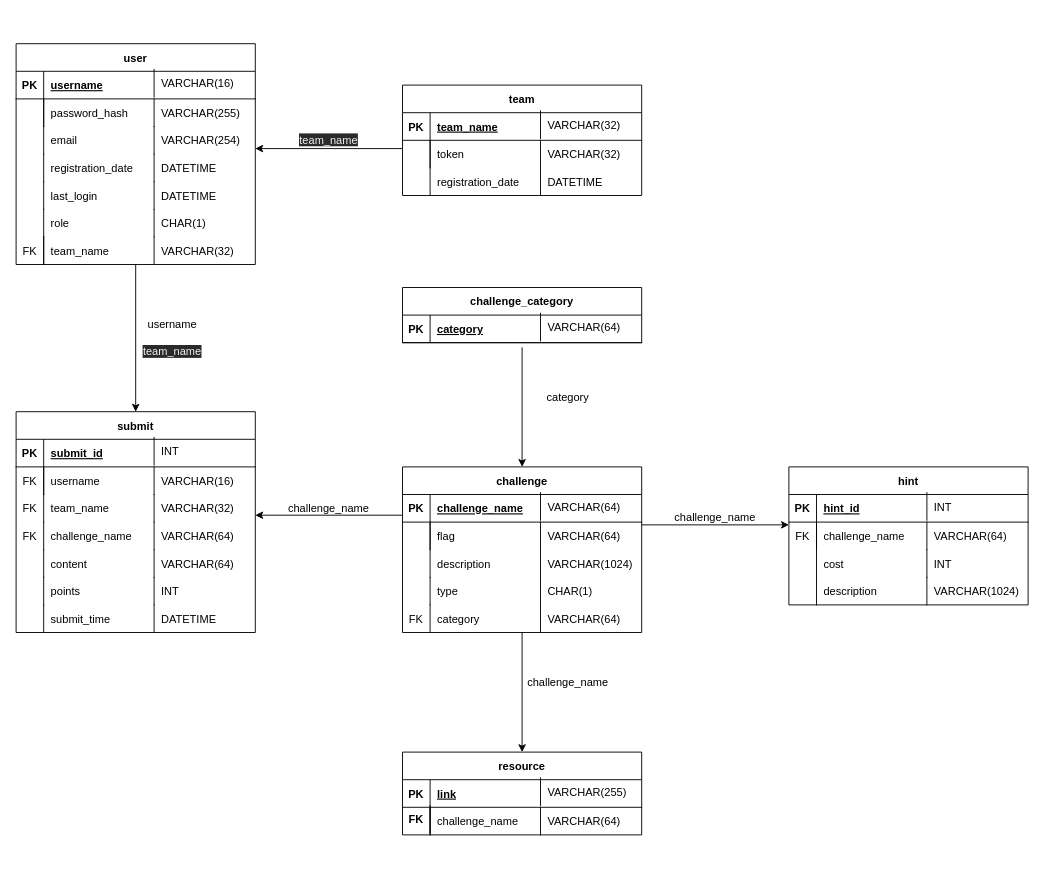
Before: db/schema_diagram.drawio in FeeeDz/H4ckUs4t1_CTF, a draw.io diagram. Source tidied: cells renumbered, new cells numbered last; positions are measured from the earlier drawing's top-left corner, leaving out a move shared by most shapes. Both pictures are drawn from the tidied source at 92%, with x=0, y=0 at pixel (16, 43).
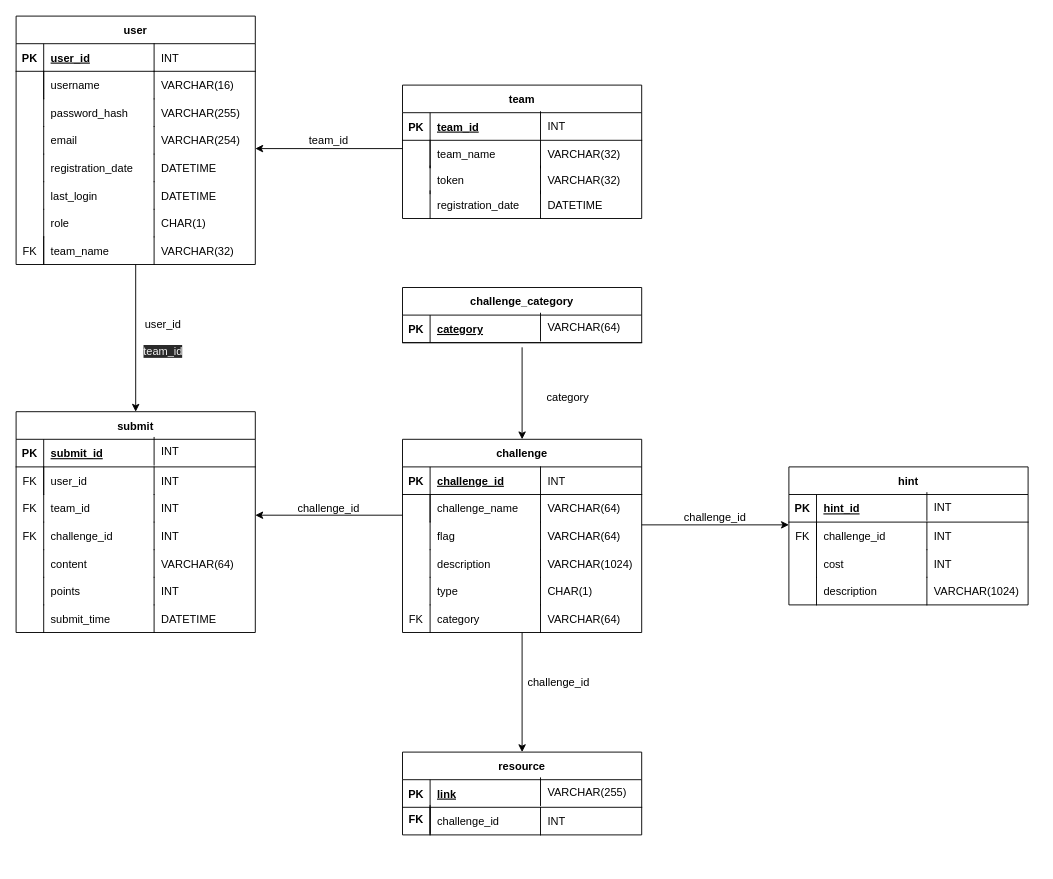
After the change.

The change refers to these unchanged cells:
```xml
<mxCell id="7" style="shape=partialRectangle;fillColor=none;top=0;left=0;right=0;bottom=0;" parent="3" vertex="1">
  <mxGeometry y="60" width="260" height="30" as="geometry" />
</mxCell>
<mxCell id="22" style="group;" parent="1" vertex="1">
  <mxGeometry y="490" width="250" height="30" as="geometry" />
</mxCell>
<mxCell id="23" style="group;" parent="22" vertex="1">
  <mxGeometry width="130" height="30" as="geometry" />
</mxCell>
<mxCell id="27" style="group;" parent="1" vertex="1">
  <mxGeometry y="520" width="250" height="30" as="geometry" />
</mxCell>
<mxCell id="33" style="shape=partialRectangle;fillColor=none;top=0;left=0;right=0;bottom=1;" parent="32" vertex="1">
  <mxGeometry y="30" width="260" height="30" as="geometry" />
</mxCell>
<mxCell id="36" style="shape=partialRectangle;fillColor=none;top=0;left=0;right=0;bottom=0;" parent="32" vertex="1">
  <mxGeometry y="60" width="260" height="30" as="geometry" />
</mxCell>
<mxCell id="67" style="shape=partialRectangle;fillColor=none;top=0;left=0;right=0;bottom=1;" parent="66" vertex="1">
  <mxGeometry y="30" width="260" height="30" as="geometry" />
</mxCell>
<mxCell id="70" style="shape=partialRectangle;fillColor=none;top=0;left=0;right=0;bottom=0;" parent="66" vertex="1">
  <mxGeometry y="60" width="260" height="30" as="geometry" />
</mxCell>
<mxCell id="78" style="group;" parent="77" vertex="1">
  <mxGeometry width="130" height="30" as="geometry" />
</mxCell>
<mxCell id="90" style="shape=partialRectangle;fillColor=none;top=0;left=0;right=0;bottom=1;" parent="89" vertex="1">
  <mxGeometry y="30" width="260" height="30" as="geometry" />
</mxCell>
<mxCell id="93" style="shape=partialRectangle;fillColor=none;top=0;left=0;right=0;bottom=0;" parent="89" vertex="1">
  <mxGeometry y="60" width="260" height="30" as="geometry" />
</mxCell>
<mxCell id="103" style="shape=partialRectangle;fillColor=none;top=0;left=0;right=0;bottom=0;" parent="99" vertex="1">
  <mxGeometry y="60" width="260" height="30" as="geometry" />
</mxCell>
<mxCell id="123" style="shape=partialRectangle;fillColor=none;top=0;left=0;right=0;bottom=0;" parent="119" vertex="1">
  <mxGeometry y="60" width="260" height="30" as="geometry" />
</mxCell>
```

What changed in the source:
```diff
@@
-    <mxCell id="9" value="username" style="shape=partialRectangle;overflow=hidden;fillColor=none;top=0;left=0;bottom=0;right=0;align=left;spacingLeft=6;" parent="7" vertex="1">
+    <mxCell id="9" value="user_id" style="shape=partialRectangle;overflow=hidden;fillColor=none;top=0;left=0;bottom=0;right=0;align=left;spacingLeft=6;" parent="7" vertex="1">
       <mxGeometry x="30" width="230" height="30" as="geometry" />
     </mxCell>
@@
-    <mxCell id="16" value="VARCHAR(16)" style="shape=partialRectangle;overflow=hidden;fillColor=none;top=0;left=1;bottom=0;right=0;align=left;spacingLeft=6;" parent="1" vertex="1">
+    <mxCell id="16" value="INT" style="shape=partialRectangle;overflow=hidden;fillColor=none;top=0;left=1;bottom=0;right=0;align=left;spacingLeft=6;" parent="1" vertex="1">
       <mxGeometry x="150" y="460" width="100" height="30" as="geometry" />
     </mxCell>
@@
-    <mxCell id="25" value="team_name" style="shape=partialRectangle;overflow=hidden;fillColor=none;top=0;left=0;bottom=0;right=0;align=left;spacingLeft=6;" parent="23" vertex="1">
+    <mxCell id="25" value="team_id" style="shape=partialRectangle;overflow=hidden;fillColor=none;top=0;left=0;bottom=0;right=0;align=left;spacingLeft=6;" parent="23" vertex="1">
       <mxGeometry x="30" width="100" height="30" as="geometry" />
     </mxCell>
-    <mxCell id="26" value="VARCHAR(32)" style="shape=partialRectangle;overflow=hidden;fillColor=none;top=0;left=1;bottom=0;right=0;align=left;spacingLeft=6;" parent="22" vertex="1">
+    <mxCell id="26" value="INT" style="shape=partialRectangle;overflow=hidden;fillColor=none;top=0;left=1;bottom=0;right=0;align=left;spacingLeft=6;" parent="22" vertex="1">
       <mxGeometry x="150" width="100" height="30" as="geometry" />
     </mxCell>
@@
-    <mxCell id="29" value="challenge_name" style="shape=partialRectangle;overflow=hidden;fillColor=none;top=0;left=0;bottom=0;right=0;align=left;spacingLeft=6;" parent="27" vertex="1">
+    <mxCell id="29" value="challenge_id" style="shape=partialRectangle;overflow=hidden;fillColor=none;top=0;left=0;bottom=0;right=0;align=left;spacingLeft=6;" parent="27" vertex="1">
       <mxGeometry x="30" width="100" height="30" as="geometry" />
     </mxCell>
-    <mxCell id="30" value="VARCHAR(64)" style="shape=partialRectangle;overflow=hidden;fillColor=none;top=0;left=1;bottom=0;right=0;align=left;spacingLeft=6;" parent="27" vertex="1">
+    <mxCell id="30" value="INT" style="shape=partialRectangle;overflow=hidden;fillColor=none;top=0;left=1;bottom=0;right=0;align=left;spacingLeft=6;" parent="27" vertex="1">
       <mxGeometry x="150" width="100" height="30" as="geometry" />
     </mxCell>
     <mxCell id="31" style="shape=partialRectangle;fillColor=none;top=0;left=0;right=0;bottom=0;" parent="1" vertex="1">
-      <mxGeometry x="20" y="75" width="170" height="30" as="geometry" />
+      <mxGeometry x="20" y="45" width="170" height="30" as="geometry" />
     </mxCell>
     <mxCell id="32" value="user" style="shape=table;startSize=30;childLayout=tableLayout;rowLines=0;fontStyle=1;align=center;" parent="1" vertex="1">
-      <mxGeometry width="260" height="240" as="geometry" />
+      <mxGeometry y="-30" width="260" height="270" as="geometry" />
     </mxCell>
@@
-    <mxCell id="35" value="username" style="shape=partialRectangle;overflow=hidden;fillColor=none;top=0;left=0;bottom=0;right=0;align=left;spacingLeft=6;fontStyle=5;" parent="33" vertex="1">
+    <mxCell id="35" value="user_id" style="shape=partialRectangle;overflow=hidden;fillColor=none;top=0;left=0;bottom=0;right=0;align=left;spacingLeft=6;fontStyle=5;" parent="33" vertex="1">
       <mxGeometry x="30" width="230" height="30" as="geometry" />
     </mxCell>
@@
-    <mxCell id="38" value="password_hash" style="shape=partialRectangle;overflow=hidden;fillColor=none;top=0;left=0;bottom=0;right=0;align=left;spacingLeft=6;" parent="36" vertex="1">
+    <mxCell id="38" value="username" style="shape=partialRectangle;overflow=hidden;fillColor=none;top=0;left=0;bottom=0;right=0;align=left;spacingLeft=6;" parent="36" vertex="1">
       <mxGeometry x="30" width="230" height="30" as="geometry" />
     </mxCell>
@@
-    <mxCell id="41" value="VARCHAR(255)" style="shape=partialRectangle;overflow=hidden;fillColor=none;top=0;left=1;bottom=0;right=0;align=left;spacingLeft=6;" parent="1" vertex="1">
-      <mxGeometry x="150" y="60" width="120" height="30" as="geometry" />
+    <mxCell id="41" value="VARCHAR(16)" style="shape=partialRectangle;overflow=hidden;fillColor=none;top=0;left=1;bottom=0;right=0;align=left;spacingLeft=6;" parent="1" vertex="1">
+      <mxGeometry x="150" y="30" width="120" height="30" as="geometry" />
     </mxCell>
-    <mxCell id="42" value="VARCHAR(16)" style="shape=partialRectangle;overflow=hidden;fillColor=none;top=0;left=1;bottom=0;right=0;align=left;spacingLeft=6;" parent="1" vertex="1">
-      <mxGeometry x="150" y="28" width="90" height="30" as="geometry" />
+    <mxCell id="42" value="INT" style="shape=partialRectangle;overflow=hidden;fillColor=none;top=0;left=1;bottom=0;right=0;align=left;spacingLeft=6;" parent="1" vertex="1">
+      <mxGeometry x="150" width="90" height="30" as="geometry" />
     </mxCell>
@@
     <mxCell id="66" value="team" style="shape=table;startSize=30;childLayout=tableLayout;rowLines=0;fontStyle=1;align=center;" parent="1" vertex="1">
-      <mxGeometry x="420" y="45" width="260" height="120" as="geometry" />
+      <mxGeometry x="420" y="45" width="260" height="145" as="geometry" />
     </mxCell>
@@
-    <mxCell id="69" value="team_name" style="shape=partialRectangle;overflow=hidden;fillColor=none;top=0;left=0;bottom=0;right=0;align=left;spacingLeft=6;fontStyle=5;" parent="67" vertex="1">
+    <mxCell id="69" value="team_id" style="shape=partialRectangle;overflow=hidden;fillColor=none;top=0;left=0;bottom=0;right=0;align=left;spacingLeft=6;fontStyle=5;" parent="67" vertex="1">
       <mxGeometry x="30" width="230" height="30" as="geometry" />
     </mxCell>
@@
-    <mxCell id="72" value="token" style="shape=partialRectangle;overflow=hidden;fillColor=none;top=0;left=0;bottom=0;right=0;align=left;spacingLeft=6;" parent="70" vertex="1">
+    <mxCell id="72" value="team_name" style="shape=partialRectangle;overflow=hidden;fillColor=none;top=0;left=0;bottom=0;right=0;align=left;spacingLeft=6;" parent="70" vertex="1">
       <mxGeometry x="30" width="230" height="30" as="geometry" />
     </mxCell>
@@
-    <mxCell id="76" value="VARCHAR(32)" style="shape=partialRectangle;overflow=hidden;fillColor=none;top=0;left=1;bottom=0;right=0;align=left;spacingLeft=6;" parent="1" vertex="1">
-      <mxGeometry x="570" y="73" width="90" height="30" as="geometry" />
+    <mxCell id="76" value="INT" style="shape=partialRectangle;overflow=hidden;fillColor=none;top=0;left=1;bottom=0;right=0;align=left;spacingLeft=6;" parent="1" vertex="1">
+      <mxGeometry x="570" y="74" width="90" height="30" as="geometry" />
     </mxCell>
     <mxCell id="77" style="group;" parent="1" vertex="1">
-      <mxGeometry x="420" y="135" width="270" height="30" as="geometry" />
+      <mxGeometry x="420" y="133" width="270" height="30" as="geometry" />
     </mxCell>
@@
-    <mxCell id="80" value="registration_date" style="shape=partialRectangle;overflow=hidden;fillColor=none;top=0;left=0;bottom=0;right=0;align=left;spacingLeft=6;" parent="78" vertex="1">
+    <mxCell id="80" value="token" style="shape=partialRectangle;overflow=hidden;fillColor=none;top=0;left=0;bottom=0;right=0;align=left;spacingLeft=6;" parent="78" vertex="1">
       <mxGeometry x="30" width="100" height="30" as="geometry" />
     </mxCell>
-    <mxCell id="81" value="DATETIME" style="shape=partialRectangle;overflow=hidden;fillColor=none;top=0;left=1;bottom=0;right=0;align=left;spacingLeft=6;" parent="77" vertex="1">
+    <mxCell id="81" value="VARCHAR(32)" style="shape=partialRectangle;overflow=hidden;fillColor=none;top=0;left=1;bottom=0;right=0;align=left;spacingLeft=6;" parent="77" vertex="1">
       <mxGeometry x="150" width="120" height="30" as="geometry" />
     </mxCell>
@@
-    <mxCell id="83" value="&lt;span style=&quot;color: rgb(240, 240, 240); font-family: helvetica; font-size: 12px; font-style: normal; font-weight: 400; letter-spacing: normal; text-align: left; text-indent: 0px; text-transform: none; word-spacing: 0px; background-color: rgb(42, 42, 42); display: inline; float: none;&quot;&gt;team_name&lt;/span&gt;" style="text;html=1;strokeColor=none;fillColor=none;align=center;verticalAlign=middle;whiteSpace=wrap;rounded=0;" parent="1" vertex="1">
+    <mxCell id="83" value="&lt;span style=&quot;font-family: &amp;#34;helvetica&amp;#34; ; text-align: left&quot;&gt;team_id&lt;/span&gt;" style="text;html=1;strokeColor=none;fillColor=none;align=center;verticalAlign=middle;whiteSpace=wrap;rounded=0;" parent="1" vertex="1">
       <mxGeometry x="310" y="90" width="60" height="30" as="geometry" />
     </mxCell>
@@
-    <mxCell id="85" value="username" style="text;html=1;strokeColor=none;fillColor=none;align=center;verticalAlign=middle;whiteSpace=wrap;rounded=0;" parent="1" vertex="1">
-      <mxGeometry x="140" y="290" width="60" height="30" as="geometry" />
+    <mxCell id="85" value="user_id" style="text;html=1;strokeColor=none;fillColor=none;align=center;verticalAlign=middle;whiteSpace=wrap;rounded=0;" parent="1" vertex="1">
+      <mxGeometry x="130" y="290" width="60" height="30" as="geometry" />
     </mxCell>
@@
-    <mxCell id="87" value="&lt;span style=&quot;text-align: left&quot;&gt;challenge_name&lt;/span&gt;" style="text;html=1;strokeColor=none;fillColor=none;align=center;verticalAlign=middle;whiteSpace=wrap;rounded=0;" parent="1" vertex="1">
+    <mxCell id="87" value="&lt;span style=&quot;text-align: left&quot;&gt;challenge_id&lt;/span&gt;" style="text;html=1;strokeColor=none;fillColor=none;align=center;verticalAlign=middle;whiteSpace=wrap;rounded=0;" parent="1" vertex="1">
       <mxGeometry x="310" y="490" width="60" height="30" as="geometry" />
     </mxCell>
     <mxCell id="88" style="shape=partialRectangle;fillColor=none;top=0;left=0;right=0;bottom=0;" parent="1" vertex="1">
-      <mxGeometry x="440" y="535" width="170" height="30" as="geometry" />
+      <mxGeometry x="440" y="505" width="170" height="30" as="geometry" />
     </mxCell>
     <mxCell id="89" value="challenge" style="shape=table;startSize=30;childLayout=tableLayout;rowLines=0;fontStyle=1;align=center;" parent="1" vertex="1">
-      <mxGeometry x="420" y="460" width="260" height="180" as="geometry" />
+      <mxGeometry x="420" y="430" width="260" height="210" as="geometry" />
     </mxCell>
@@
-    <mxCell id="92" value="challenge_name" style="shape=partialRectangle;overflow=hidden;fillColor=none;top=0;left=0;bottom=0;right=0;align=left;spacingLeft=6;fontStyle=5;" parent="90" vertex="1">
+    <mxCell id="92" value="challenge_id" style="shape=partialRectangle;overflow=hidden;fillColor=none;top=0;left=0;bottom=0;right=0;align=left;spacingLeft=6;fontStyle=5;" parent="90" vertex="1">
       <mxGeometry x="30" width="230" height="30" as="geometry" />
     </mxCell>
@@
-    <mxCell id="95" value="flag" style="shape=partialRectangle;overflow=hidden;fillColor=none;top=0;left=0;bottom=0;right=0;align=left;spacingLeft=6;" parent="93" vertex="1">
+    <mxCell id="95" value="challenge_name" style="shape=partialRectangle;overflow=hidden;fillColor=none;top=0;left=0;bottom=0;right=0;align=left;spacingLeft=6;" parent="93" vertex="1">
       <mxGeometry x="30" width="230" height="30" as="geometry" />
     </mxCell>
     <mxCell id="96" value="VARCHAR(64)" style="shape=partialRectangle;overflow=hidden;fillColor=none;top=0;left=1;bottom=0;right=0;align=left;spacingLeft=6;" parent="1" vertex="1">
-      <mxGeometry x="570" y="520" width="120" height="30" as="geometry" />
+      <mxGeometry x="570" y="490" width="120" height="30" as="geometry" />
     </mxCell>
-    <mxCell id="97" value="VARCHAR(64)" style="shape=partialRectangle;overflow=hidden;fillColor=none;top=0;left=1;bottom=0;right=0;align=left;spacingLeft=6;" parent="1" vertex="1">
-      <mxGeometry x="570" y="488" width="100" height="30" as="geometry" />
+    <mxCell id="97" value="INT" style="shape=partialRectangle;overflow=hidden;fillColor=none;top=0;left=1;bottom=0;right=0;align=left;spacingLeft=6;" parent="1" vertex="1">
+      <mxGeometry x="570" y="460" width="100" height="30" as="geometry" />
     </mxCell>
@@
-    <mxCell id="105" value="challenge_name" style="shape=partialRectangle;overflow=hidden;fillColor=none;top=0;left=0;bottom=0;right=0;align=left;spacingLeft=6;fontStyle=0;" parent="103" vertex="1">
+    <mxCell id="105" value="challenge_id" style="shape=partialRectangle;overflow=hidden;fillColor=none;top=0;left=0;bottom=0;right=0;align=left;spacingLeft=6;fontStyle=0;" parent="103" vertex="1">
       <mxGeometry x="30" width="230" height="30" as="geometry" />
     </mxCell>
@@
-    <mxCell id="107" value="VARCHAR(64)" style="shape=partialRectangle;overflow=hidden;fillColor=none;top=0;left=1;bottom=0;right=0;align=left;spacingLeft=6;" parent="1" vertex="1">
+    <mxCell id="107" value="INT" style="shape=partialRectangle;overflow=hidden;fillColor=none;top=0;left=1;bottom=0;right=0;align=left;spacingLeft=6;" parent="1" vertex="1">
       <mxGeometry x="570" y="830" width="120" height="30" as="geometry" />
     </mxCell>
@@
-    <mxCell id="114" value="&lt;span style=&quot;color: rgb(240, 240, 240); font-family: helvetica; font-size: 12px; font-style: normal; font-weight: 400; letter-spacing: normal; text-align: left; text-indent: 0px; text-transform: none; word-spacing: 0px; background-color: rgb(42, 42, 42); display: inline; float: none;&quot;&gt;team_name&lt;/span&gt;" style="text;html=1;strokeColor=none;fillColor=none;align=center;verticalAlign=middle;whiteSpace=wrap;rounded=0;" parent="1" vertex="1">
-      <mxGeometry x="140" y="320" width="60" height="30" as="geometry" />
+    <mxCell id="114" value="&lt;span style=&quot;color: rgb(240 , 240 , 240) ; font-family: &amp;#34;helvetica&amp;#34; ; font-size: 12px ; font-style: normal ; font-weight: 400 ; letter-spacing: normal ; text-align: left ; text-indent: 0px ; text-transform: none ; word-spacing: 0px ; background-color: rgb(42 , 42 , 42) ; display: inline ; float: none&quot;&gt;team_id&lt;/span&gt;" style="text;html=1;strokeColor=none;fillColor=none;align=center;verticalAlign=middle;whiteSpace=wrap;rounded=0;" parent="1" vertex="1">
+      <mxGeometry x="130" y="320" width="60" height="30" as="geometry" />
     </mxCell>
@@
-    <mxCell id="117" value="challenge_name" style="text;html=1;strokeColor=none;fillColor=none;align=center;verticalAlign=middle;whiteSpace=wrap;rounded=0;" parent="1" vertex="1">
-      <mxGeometry x="570" y="680" width="60" height="30" as="geometry" />
+    <mxCell id="117" value="&lt;span style=&quot;text-align: left&quot;&gt;challenge_id&lt;/span&gt;" style="text;html=1;strokeColor=none;fillColor=none;align=center;verticalAlign=middle;whiteSpace=wrap;rounded=0;" parent="1" vertex="1">
+      <mxGeometry x="560" y="680" width="60" height="30" as="geometry" />
     </mxCell>
@@
-    <mxCell id="125" value="challenge_name" style="shape=partialRectangle;overflow=hidden;fillColor=none;top=0;left=0;bottom=0;right=0;align=left;spacingLeft=6;" parent="123" vertex="1">
+    <mxCell id="125" value="challenge_id" style="shape=partialRectangle;overflow=hidden;fillColor=none;top=0;left=0;bottom=0;right=0;align=left;spacingLeft=6;" parent="123" vertex="1">
       <mxGeometry x="30" width="230" height="30" as="geometry" />
     </mxCell>
-    <mxCell id="126" value="VARCHAR(64)" style="shape=partialRectangle;overflow=hidden;fillColor=none;top=0;left=1;bottom=0;right=0;align=left;spacingLeft=6;" parent="1" vertex="1">
+    <mxCell id="126" value="INT" style="shape=partialRectangle;overflow=hidden;fillColor=none;top=0;left=1;bottom=0;right=0;align=left;spacingLeft=6;" parent="1" vertex="1">
       <mxGeometry x="990" y="520" width="120" height="30" as="geometry" />
     </mxCell>
@@
-    <mxCell id="134" value="&lt;span style=&quot;text-align: left&quot;&gt;challenge_name&lt;/span&gt;" style="text;html=1;strokeColor=none;fillColor=none;align=center;verticalAlign=middle;whiteSpace=wrap;rounded=0;" parent="1" vertex="1">
+    <mxCell id="134" value="&lt;span style=&quot;text-align: left&quot;&gt;challenge_id&lt;/span&gt;" style="text;html=1;strokeColor=none;fillColor=none;align=center;verticalAlign=middle;whiteSpace=wrap;rounded=0;" parent="1" vertex="1">
       <mxGeometry x="730" y="500" width="60" height="30" as="geometry" />
     </mxCell>
@@
-    <mxCell id="151" style="endArrow=classic;html=1;rounded=0;entryX=0.5;entryY=0;entryDx=0;entryDy=0;" parent="1" edge="1">
+    <mxCell id="151" style="endArrow=classic;html=1;rounded=0;" parent="1" edge="1">
       <mxGeometry relative="1" as="geometry">
         <mxPoint x="550" y="330" as="sourcePoint" />
-        <mxPoint x="550" y="460" as="targetPoint" />
+        <mxPoint x="550" y="430" as="targetPoint" />
       </mxGeometry>
     </mxCell>
@@
+    <mxCell id="162" style="shape=partialRectangle;fillColor=none;top=0;left=0;right=0;bottom=0;" parent="1" vertex="1">
+      <mxGeometry y="60" width="130" height="30" as="geometry" />
+    </mxCell>
+    <mxCell id="163" style="group;" parent="1" vertex="1">
+      <mxGeometry y="60" width="270" height="30" as="geometry" />
+    </mxCell>
+    <mxCell id="164" style="group;" parent="163" vertex="1">
+      <mxGeometry width="130" height="30" as="geometry" />
+    </mxCell>
+    <mxCell id="165" style="shape=partialRectangle;overflow=hidden;fillColor=none;top=0;left=0;bottom=0;right=1;" parent="164" vertex="1">
+      <mxGeometry width="30" height="30" as="geometry" />
+    </mxCell>
+    <mxCell id="166" value="password_hash" style="shape=partialRectangle;overflow=hidden;fillColor=none;top=0;left=0;bottom=0;right=0;align=left;spacingLeft=6;" parent="164" vertex="1">
+      <mxGeometry x="30" width="100" height="30" as="geometry" />
+    </mxCell>
+    <mxCell id="167" value="VARCHAR(255)" style="shape=partialRectangle;overflow=hidden;fillColor=none;top=0;left=1;bottom=0;right=0;align=left;spacingLeft=6;" parent="163" vertex="1">
+      <mxGeometry x="150" width="120" height="30" as="geometry" />
+    </mxCell>
+    <mxCell id="168" style="shape=partialRectangle;fillColor=none;top=0;left=0;right=0;bottom=0;" parent="1" vertex="1">
+      <mxGeometry x="420" y="166" width="130" height="30" as="geometry" />
+    </mxCell>
+    <mxCell id="169" style="group;" parent="1" vertex="1">
+      <mxGeometry x="420" y="160" width="270" height="30" as="geometry" />
+    </mxCell>
+    <mxCell id="170" style="group;" parent="169" vertex="1">
+      <mxGeometry width="130" height="30" as="geometry" />
+    </mxCell>
+    <mxCell id="171" style="shape=partialRectangle;overflow=hidden;fillColor=none;top=0;left=0;bottom=0;right=1;" parent="170" vertex="1">
+      <mxGeometry width="30" height="30" as="geometry" />
+    </mxCell>
+    <mxCell id="172" value="registration_date" style="shape=partialRectangle;overflow=hidden;fillColor=none;top=0;left=0;bottom=0;right=0;align=left;spacingLeft=6;" parent="170" vertex="1">
+      <mxGeometry x="30" width="100" height="30" as="geometry" />
+    </mxCell>
+    <mxCell id="173" value="DATETIME" style="shape=partialRectangle;overflow=hidden;fillColor=none;top=0;left=1;bottom=0;right=0;align=left;spacingLeft=6;" parent="169" vertex="1">
+      <mxGeometry x="150" width="120" height="30" as="geometry" />
+    </mxCell>
+    <mxCell id="174" style="group;" parent="1" vertex="1">
+      <mxGeometry x="420" y="520" width="270" height="30" as="geometry" />
+    </mxCell>
+    <mxCell id="175" style="group;" parent="174" vertex="1">
+      <mxGeometry width="130" height="30" as="geometry" />
+    </mxCell>
+    <mxCell id="176" style="shape=partialRectangle;overflow=hidden;fillColor=none;top=0;left=0;bottom=0;right=1;" parent="175" vertex="1">
+      <mxGeometry width="30" height="30" as="geometry" />
+    </mxCell>
+    <mxCell id="177" value="flag" style="shape=partialRectangle;overflow=hidden;fillColor=none;top=0;left=0;bottom=0;right=0;align=left;spacingLeft=6;" parent="175" vertex="1">
+      <mxGeometry x="30" width="100" height="30" as="geometry" />
+    </mxCell>
+    <mxCell id="178" value="VARCHAR(64)" style="shape=partialRectangle;overflow=hidden;fillColor=none;top=0;left=1;bottom=0;right=0;align=left;spacingLeft=6;" parent="174" vertex="1">
+      <mxGeometry x="150" width="120" height="30" as="geometry" />
+    </mxCell>
```
